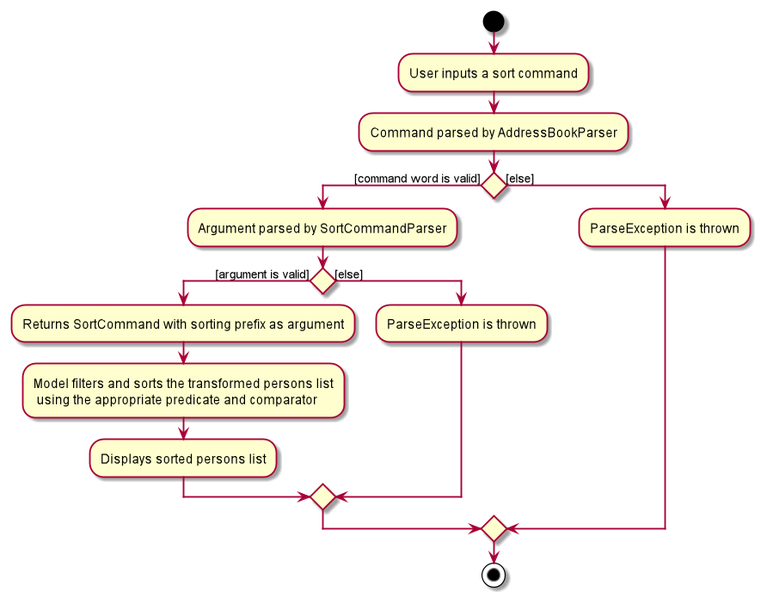
Above: docs/images/SortActivityDiagram.png in nus-cs2103-AY2021S2/tp (PlantUML), before the change. Source of this version:
```plantuml
@startuml

start
:User inputs a sort command;
:Command parsed by AddressBookParser;

if () then ([command word is valid])
    :Argument parsed by SortCommandParser;
    if () then ([argument is valid])
        :Returns SortCommand with sorting prefix as argument;
        :Model filters and sorts the transformed persons list
         using the appropriate predicate and comparator;
        :Displays sorted persons list;
    else ([else])
        :ParseException is thrown;
    endif
else ([else])
    :ParseException is thrown;
endif

stop

@enduml
```
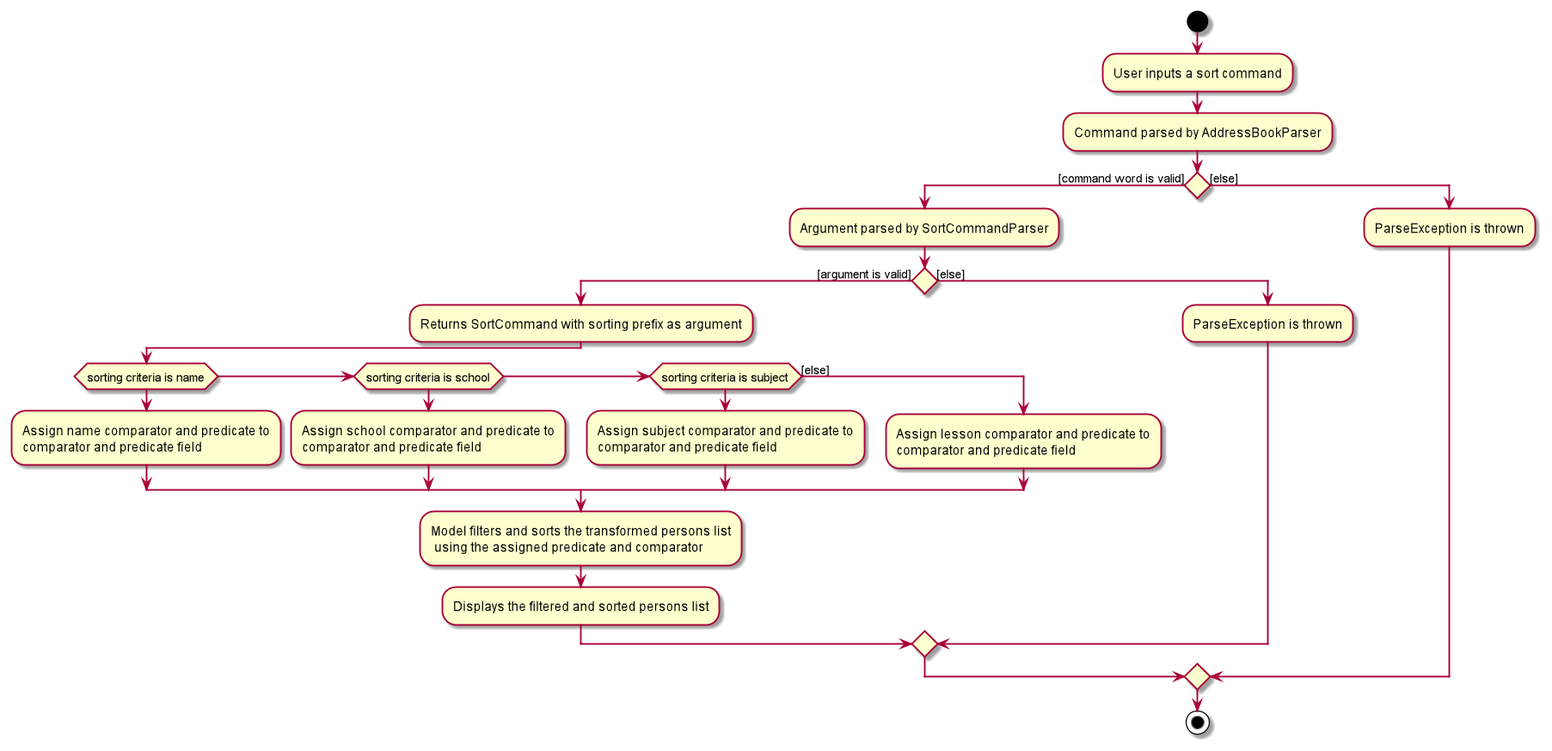
After the commit.

The edit, as a diff of the source:
```diff
@@ -8,9 +8,22 @@
     :Argument parsed by SortCommandParser;
     if () then ([argument is valid])
         :Returns SortCommand with sorting prefix as argument;
+        if (sorting criteria is name) then
+            :Assign name comparator and predicate to
+            comparator and predicate field;
+        elseif (sorting criteria is school) then
+            :Assign school comparator and predicate to
+            comparator and predicate field;
+        elseif (sorting criteria is subject) then
+            :Assign subject comparator and predicate to
+            comparator and predicate field;
+        else ([else])
+        :Assign lesson comparator and predicate to
+        comparator and predicate field;
+        endif
         :Model filters and sorts the transformed persons list
-         using the appropriate predicate and comparator;
-        :Displays sorted persons list;
+         using the assigned predicate and comparator;
+        :Displays the filtered and sorted persons list;
     else ([else])
         :ParseException is thrown;
     endif
```
